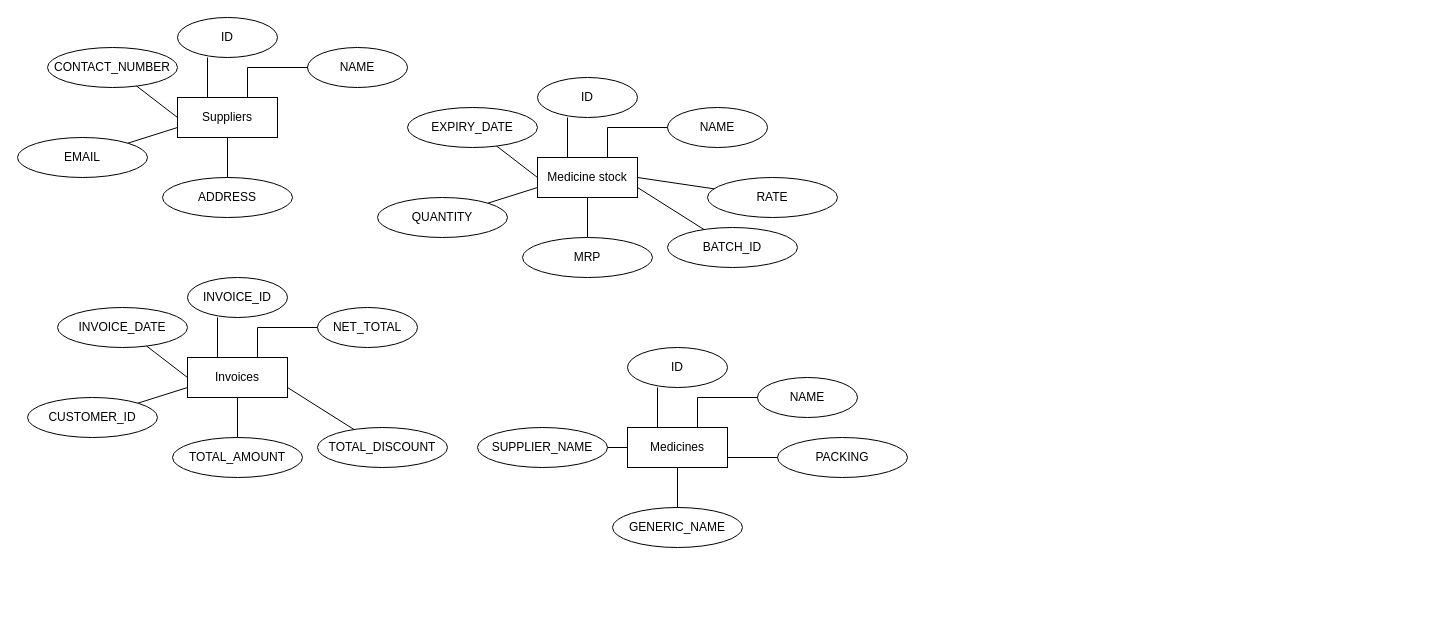
Blazeleo/GameDB keeps this draw.io diagram as Proper Pharmacy.drawio. Above is the earlier version. Source tidied: cells renumbered, new cells numbered last; positions are measured from the earlier drawing's top-left corner, leaving out a move shared by most shapes. Both pictures are drawn from the tidied source at 100%, with x=0, y=0 at pixel (17, 17).
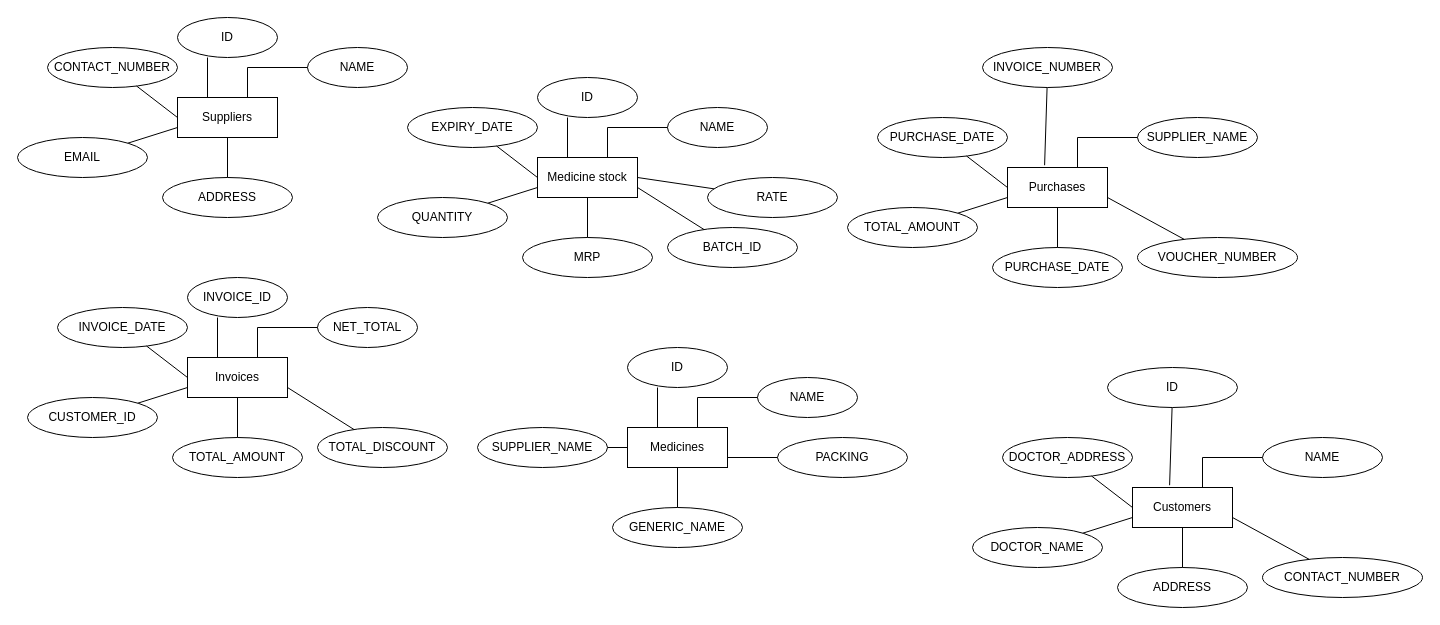
The same diagram, later.

What changed in the source:
```diff
@@
+    <mxCell id="52" value="Purchases" style="whiteSpace=wrap;html=1;align=center;" parent="1" vertex="1">
+      <mxGeometry x="990" y="150" width="100" height="40" as="geometry" />
+    </mxCell>
+    <mxCell id="53" value="SUPPLIER_NAME" style="ellipse;whiteSpace=wrap;html=1;align=center;" parent="1" vertex="1">
+      <mxGeometry x="1120" y="100" width="120" height="40" as="geometry" />
+    </mxCell>
+    <mxCell id="54" style="endArrow=none;html=1;rounded=0;entryX=0;entryY=0.5;entryDx=0;entryDy=0;exitX=0.7;exitY=0;exitDx=0;exitDy=0;exitPerimeter=0;" parent="1" edge="1" source="52" target="53">
+      <mxGeometry relative="1" as="geometry">
+        <Array as="points">
+          <mxPoint x="1060" y="120" />
+        </Array>
+      </mxGeometry>
+    </mxCell>
+    <mxCell id="55" value="PURCHASE_DATE" style="ellipse;whiteSpace=wrap;html=1;align=center;" parent="1" vertex="1">
+      <mxGeometry x="860" y="100" width="130" height="40" as="geometry" />
+    </mxCell>
+    <mxCell id="56" style="endArrow=none;html=1;rounded=0;exitX=0;exitY=0.5;exitDx=0;exitDy=0;" parent="1" edge="1" source="52" target="55">
+      <mxGeometry relative="1" as="geometry" />
+    </mxCell>
+    <mxCell id="57" value="TOTAL_AMOUNT" style="ellipse;whiteSpace=wrap;html=1;align=center;" parent="1" vertex="1">
+      <mxGeometry x="830" y="190" width="130" height="40" as="geometry" />
+    </mxCell>
+    <mxCell id="58" style="endArrow=none;html=1;rounded=0;exitX=0;exitY=0.75;exitDx=0;exitDy=0;" parent="1" edge="1" source="52" target="57">
+      <mxGeometry relative="1" as="geometry" />
+    </mxCell>
+    <mxCell id="59" value="PURCHASE_DATE" style="ellipse;whiteSpace=wrap;html=1;align=center;" parent="1" vertex="1">
+      <mxGeometry x="975" y="230" width="130" height="40" as="geometry" />
+    </mxCell>
+    <mxCell id="60" style="endArrow=none;html=1;rounded=0;exitX=0.5;exitY=1;exitDx=0;exitDy=0;" parent="1" edge="1" source="52" target="59">
+      <mxGeometry relative="1" as="geometry" />
+    </mxCell>
+    <mxCell id="61" value="VOUCHER_NUMBER" style="ellipse;whiteSpace=wrap;html=1;align=center;" parent="1" vertex="1">
+      <mxGeometry x="1120" y="220" width="160" height="40" as="geometry" />
+    </mxCell>
+    <mxCell id="62" style="endArrow=none;html=1;rounded=0;exitX=1;exitY=0.75;exitDx=0;exitDy=0;" parent="1" edge="1" source="52" target="61">
+      <mxGeometry relative="1" as="geometry" />
+    </mxCell>
+    <mxCell id="63" value="INVOICE_NUMBER" style="ellipse;whiteSpace=wrap;html=1;align=center;" parent="1" vertex="1">
+      <mxGeometry x="965" y="30" width="130" height="40" as="geometry" />
+    </mxCell>
+    <mxCell id="64" style="endArrow=none;html=1;rounded=0;exitX=0.371;exitY=-0.057;exitDx=0;exitDy=0;exitPerimeter=0;" parent="1" edge="1" source="52" target="63">
+      <mxGeometry relative="1" as="geometry" />
+    </mxCell>
+    <mxCell id="65" value="Customers" style="whiteSpace=wrap;html=1;align=center;" parent="1" vertex="1">
+      <mxGeometry x="1115" y="470" width="100" height="40" as="geometry" />
+    </mxCell>
+    <mxCell id="66" value="NAME" style="ellipse;whiteSpace=wrap;html=1;align=center;" parent="1" vertex="1">
+      <mxGeometry x="1245" y="420" width="120" height="40" as="geometry" />
+    </mxCell>
+    <mxCell id="67" style="endArrow=none;html=1;rounded=0;entryX=0;entryY=0.5;entryDx=0;entryDy=0;exitX=0.7;exitY=0;exitDx=0;exitDy=0;exitPerimeter=0;" parent="1" edge="1" source="65" target="66">
+      <mxGeometry relative="1" as="geometry">
+        <Array as="points">
+          <mxPoint x="1185" y="440" />
+        </Array>
+      </mxGeometry>
+    </mxCell>
+    <mxCell id="68" value="DOCTOR_ADDRESS" style="ellipse;whiteSpace=wrap;html=1;align=center;" parent="1" vertex="1">
+      <mxGeometry x="985" y="420" width="130" height="40" as="geometry" />
+    </mxCell>
+    <mxCell id="69" style="endArrow=none;html=1;rounded=0;exitX=0;exitY=0.5;exitDx=0;exitDy=0;" parent="1" edge="1" source="65" target="68">
+      <mxGeometry relative="1" as="geometry" />
+    </mxCell>
+    <mxCell id="70" value="DOCTOR_NAME" style="ellipse;whiteSpace=wrap;html=1;align=center;" parent="1" vertex="1">
+      <mxGeometry x="955" y="510" width="130" height="40" as="geometry" />
+    </mxCell>
+    <mxCell id="71" style="endArrow=none;html=1;rounded=0;exitX=0;exitY=0.75;exitDx=0;exitDy=0;" parent="1" edge="1" source="65" target="70">
+      <mxGeometry relative="1" as="geometry" />
+    </mxCell>
+    <mxCell id="72" value="ADDRESS" style="ellipse;whiteSpace=wrap;html=1;align=center;" parent="1" vertex="1">
+      <mxGeometry x="1100" y="550" width="130" height="40" as="geometry" />
+    </mxCell>
+    <mxCell id="73" style="endArrow=none;html=1;rounded=0;exitX=0.5;exitY=1;exitDx=0;exitDy=0;" parent="1" edge="1" source="65" target="72">
+      <mxGeometry relative="1" as="geometry" />
+    </mxCell>
+    <mxCell id="74" value="CONTACT_NUMBER" style="ellipse;whiteSpace=wrap;html=1;align=center;" parent="1" vertex="1">
+      <mxGeometry x="1245" y="540" width="160" height="40" as="geometry" />
+    </mxCell>
+    <mxCell id="75" style="endArrow=none;html=1;rounded=0;exitX=1;exitY=0.75;exitDx=0;exitDy=0;" parent="1" edge="1" source="65" target="74">
+      <mxGeometry relative="1" as="geometry" />
+    </mxCell>
+    <mxCell id="76" value="ID" style="ellipse;whiteSpace=wrap;html=1;align=center;" parent="1" vertex="1">
+      <mxGeometry x="1090" y="350" width="130" height="40" as="geometry" />
+    </mxCell>
+    <mxCell id="77" style="endArrow=none;html=1;rounded=0;exitX=0.371;exitY=-0.057;exitDx=0;exitDy=0;exitPerimeter=0;" parent="1" edge="1" source="65" target="76">
+      <mxGeometry relative="1" as="geometry" />
+    </mxCell>
```
